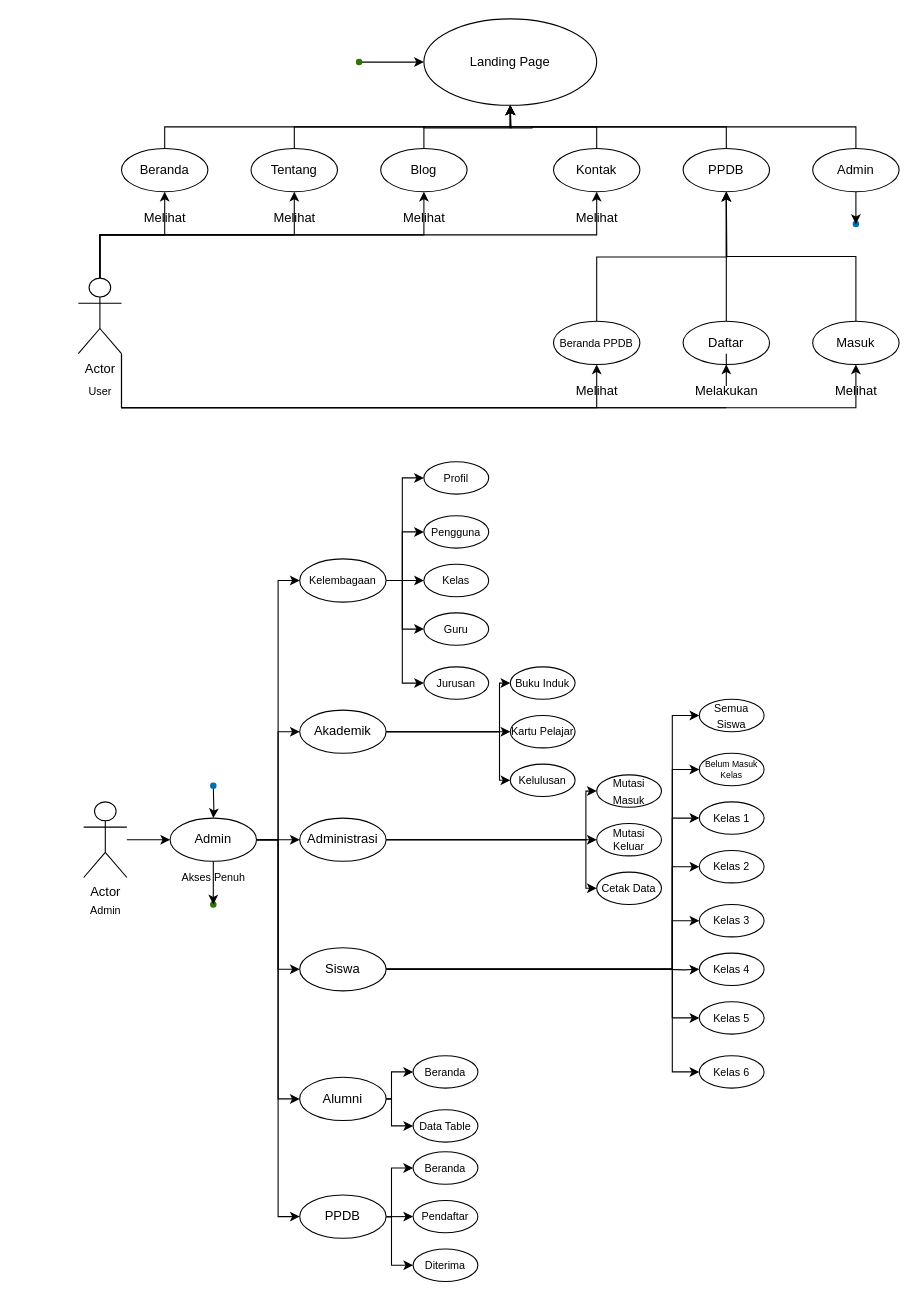
The draw.io diagram MI.drawio in Minamiichi/landingPage, before the edit. Source tidied: cells renumbered, new cells numbered last; positions are measured from the earlier drawing's top-left corner, leaving out a move shared by most shapes. Both pictures are drawn from the tidied source at 108%, with x=0, y=0 at pixel (78, 18).
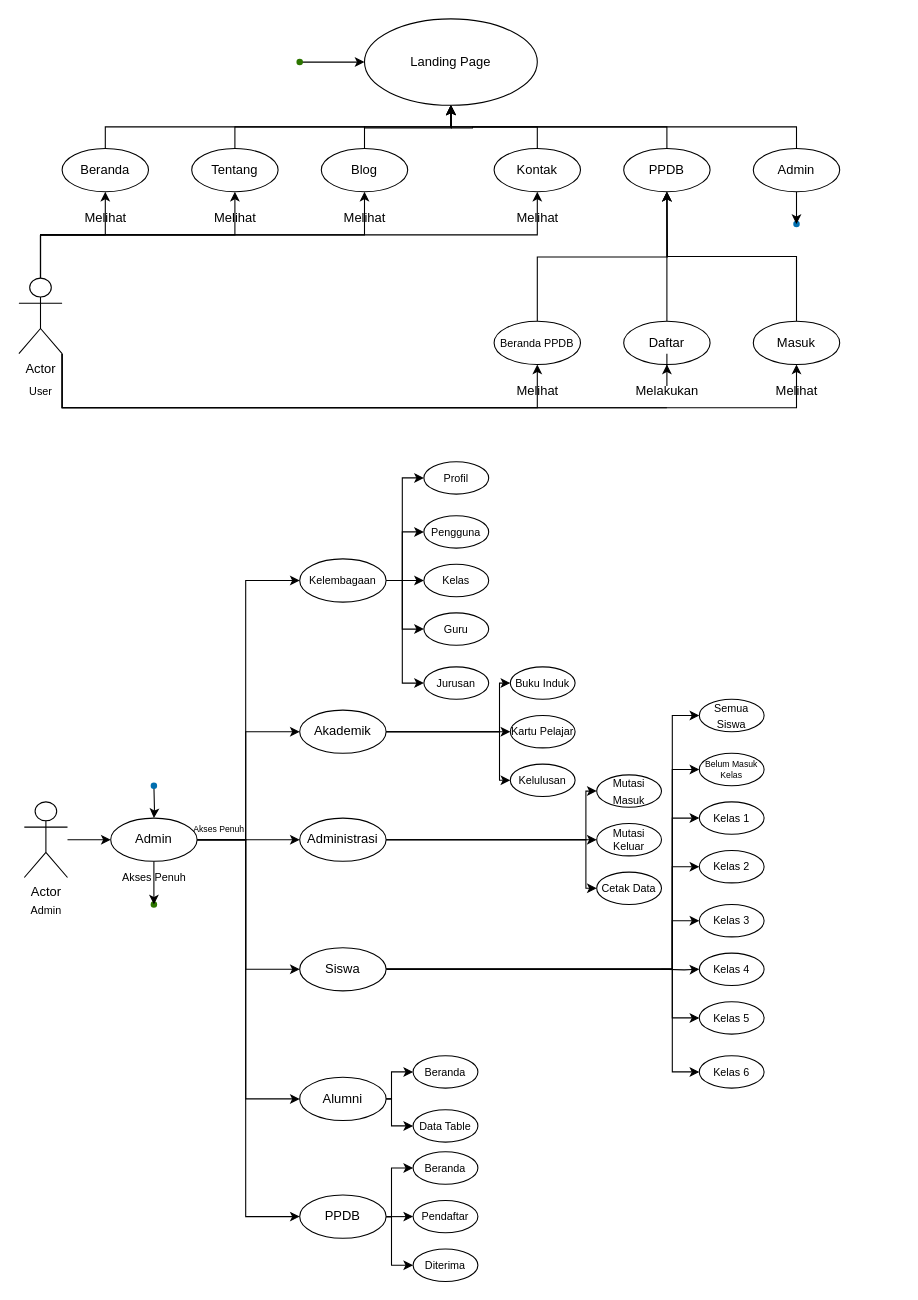
The same diagram, later.

The change refers to these unchanged cells:
```xml
<mxCell id="59" value="&lt;font style=&quot;font-size: 10px;&quot;&gt;Kelembagaan&lt;/font&gt;" style="ellipse;whiteSpace=wrap;html=1;" parent="1" vertex="1">
  <mxGeometry x="205" y="500" width="80" height="40" as="geometry" />
</mxCell>
<mxCell id="63" value="Akademik" style="ellipse;whiteSpace=wrap;html=1;" parent="1" vertex="1">
  <mxGeometry x="205" y="640" width="80" height="40" as="geometry" />
</mxCell>
<mxCell id="75" value="Siswa" style="ellipse;whiteSpace=wrap;html=1;" parent="1" vertex="1">
  <mxGeometry x="205" y="860" width="80" height="40" as="geometry" />
</mxCell>
<mxCell id="78" value="Alumni" style="ellipse;whiteSpace=wrap;html=1;" parent="1" vertex="1">
  <mxGeometry x="205" y="980" width="80" height="40" as="geometry" />
</mxCell>
<mxCell id="82" value="PPDB" style="ellipse;whiteSpace=wrap;html=1;" parent="1" vertex="1">
  <mxGeometry x="205" y="1089" width="80" height="40" as="geometry" />
</mxCell>
```

Change to the diagram source:
```diff
@@
     <mxCell id="2" style="shape=waypoint;sketch=0;fillStyle=solid;size=6;points=[];fillColor=#1ba1e2;perimeter=centerPerimeter;snapToPoint=1;fontSize=10;fontColor=#ffffff;strokeColor=#006EAF;" parent="1" vertex="1">
-      <mxGeometry x="700" y="170" width="40" height="40" as="geometry" />
+      <mxGeometry x="645" y="170" width="40" height="40" as="geometry" />
     </mxCell>
     <mxCell id="3" style="shape=waypoint;sketch=0;fillStyle=solid;size=6;points=[];fillColor=#60a917;perimeter=centerPerimeter;snapToPoint=1;fontSize=10;labelBackgroundColor=#99FF99;strokeColor=#2D7600;fontColor=#ffffff;" parent="1" vertex="1">
-      <mxGeometry x="105" y="800" width="40" height="40" as="geometry" />
+      <mxGeometry x="50" y="800" width="40" height="40" as="geometry" />
     </mxCell>
     <mxCell id="4" value="Landing Page" style="ellipse;whiteSpace=wrap;html=1;" parent="1" vertex="1">
-      <mxGeometry x="320" width="160" height="80" as="geometry" />
+      <mxGeometry x="265" width="160" height="80" as="geometry" />
     </mxCell>
@@
     <mxCell id="6" value="Beranda" style="ellipse;whiteSpace=wrap;html=1;" parent="1" vertex="1">
-      <mxGeometry x="40" y="120" width="80" height="40" as="geometry" />
+      <mxGeometry x="-15" y="120" width="80" height="40" as="geometry" />
     </mxCell>
     <mxCell id="7" style="edgeStyle=orthogonalEdgeStyle;rounded=0;jettySize=auto;html=1;exitX=0.5;exitY=0;exitDx=0;exitDy=0;" parent="1" edge="1" source="8">
       <mxGeometry relative="1" as="geometry">
-        <mxPoint x="400" y="80" as="targetPoint" />
+        <mxPoint x="345" y="80" as="targetPoint" />
       </mxGeometry>
     </mxCell>
     <mxCell id="8" value="Tentang" style="ellipse;whiteSpace=wrap;html=1;" parent="1" vertex="1">
-      <mxGeometry x="160" y="120" width="80" height="40" as="geometry" />
+      <mxGeometry x="105" y="120" width="80" height="40" as="geometry" />
     </mxCell>
@@
     <mxCell id="10" value="Blog" style="ellipse;whiteSpace=wrap;html=1;" parent="1" vertex="1">
-      <mxGeometry x="280" y="120" width="80" height="40" as="geometry" />
+      <mxGeometry x="225" y="120" width="80" height="40" as="geometry" />
     </mxCell>
     <mxCell id="11" style="edgeStyle=orthogonalEdgeStyle;rounded=0;jettySize=auto;html=1;exitX=0.5;exitY=0;exitDx=0;exitDy=0;" parent="1" edge="1" source="12">
       <mxGeometry relative="1" as="geometry">
-        <mxPoint x="400" y="80" as="targetPoint" />
+        <mxPoint x="345" y="80" as="targetPoint" />
       </mxGeometry>
     </mxCell>
     <mxCell id="12" value="Kontak" style="ellipse;whiteSpace=wrap;html=1;" parent="1" vertex="1">
-      <mxGeometry x="440" y="120" width="80" height="40" as="geometry" />
+      <mxGeometry x="385" y="120" width="80" height="40" as="geometry" />
     </mxCell>
@@
     <mxCell id="14" value="PPDB" style="ellipse;whiteSpace=wrap;html=1;" parent="1" vertex="1">
-      <mxGeometry x="560" y="120" width="80" height="40" as="geometry" />
+      <mxGeometry x="505" y="120" width="80" height="40" as="geometry" />
     </mxCell>
@@
     <mxCell id="17" value="Admin" style="ellipse;whiteSpace=wrap;html=1;" parent="1" vertex="1">
-      <mxGeometry x="680" y="120" width="80" height="40" as="geometry" />
+      <mxGeometry x="625" y="120" width="80" height="40" as="geometry" />
     </mxCell>
     <mxCell id="18" style="edgeStyle=orthogonalEdgeStyle;rounded=0;jettySize=auto;html=1;exitX=0.5;exitY=0;exitDx=0;exitDy=0;" parent="1" edge="1" source="19">
       <mxGeometry relative="1" as="geometry">
-        <mxPoint x="600" y="160" as="targetPoint" />
+        <mxPoint x="545" y="160" as="targetPoint" />
       </mxGeometry>
     </mxCell>
     <mxCell id="19" value="Beranda PPDB" style="ellipse;whiteSpace=wrap;html=1;fontSize=10;" parent="1" vertex="1">
-      <mxGeometry x="440" y="280" width="80" height="40" as="geometry" />
+      <mxGeometry x="385" y="280" width="80" height="40" as="geometry" />
     </mxCell>
@@
     <mxCell id="21" value="Daftar" style="ellipse;whiteSpace=wrap;html=1;" parent="1" vertex="1">
-      <mxGeometry x="560" y="280" width="80" height="40" as="geometry" />
+      <mxGeometry x="505" y="280" width="80" height="40" as="geometry" />
     </mxCell>
     <mxCell id="22" style="edgeStyle=orthogonalEdgeStyle;rounded=0;jettySize=auto;html=1;" parent="1" edge="1" source="23">
       <mxGeometry relative="1" as="geometry">
-        <mxPoint x="600" y="160" as="targetPoint" />
+        <mxPoint x="545" y="160" as="targetPoint" />
         <Array as="points">
-          <mxPoint x="720" y="220" />
-          <mxPoint x="600" y="220" />
+          <mxPoint x="665" y="220" />
+          <mxPoint x="545" y="220" />
         </Array>
       </mxGeometry>
     </mxCell>
     <mxCell id="23" value="Masuk" style="ellipse;whiteSpace=wrap;html=1;" parent="1" vertex="1">
-      <mxGeometry x="680" y="280" width="80" height="40" as="geometry" />
+      <mxGeometry x="625" y="280" width="80" height="40" as="geometry" />
     </mxCell>
@@
     <mxCell id="25" style="edgeStyle=orthogonalEdgeStyle;rounded=0;jettySize=auto;html=1;entryX=0.5;entryY=1;entryDx=0;entryDy=0;exitX=1;exitY=1;exitDx=0;exitDy=0;exitPerimeter=0;" parent="1" edge="1" source="26" target="19">
       <mxGeometry relative="1" as="geometry">
         <Array as="points">
-          <mxPoint x="40" y="360" />
-          <mxPoint x="480" y="360" />
+          <mxPoint x="-15" y="360" />
+          <mxPoint x="425" y="360" />
         </Array>
       </mxGeometry>
     </mxCell>
     <mxCell id="26" value="Actor" style="shape=umlActor;verticalLabelPosition=bottom;verticalAlign=top;html=1;outlineConnect=0;" parent="1" vertex="1">
-      <mxGeometry y="240" width="40" height="70" as="geometry" />
+      <mxGeometry x="-55" y="240" width="40" height="70" as="geometry" />
     </mxCell>
@@
     <mxCell id="28" style="edgeStyle=orthogonalEdgeStyle;rounded=0;jettySize=auto;html=1;entryX=0.5;entryY=1;entryDx=0;entryDy=0;" parent="1" edge="1" target="10">
       <mxGeometry relative="1" as="geometry">
-        <mxPoint x="20" y="240" as="sourcePoint" />
+        <mxPoint x="-35" y="240" as="sourcePoint" />
         <Array as="points">
-          <mxPoint x="20" y="200" />
-          <mxPoint x="320" y="200" />
+          <mxPoint x="-35" y="200" />
+          <mxPoint x="265" y="200" />
         </Array>
       </mxGeometry>
     </mxCell>
@@
     <mxCell id="31" style="edgeStyle=orthogonalEdgeStyle;rounded=0;jettySize=auto;html=1;entryX=0.5;entryY=1;entryDx=0;entryDy=0;exitX=1;exitY=1;exitDx=0;exitDy=0;exitPerimeter=0;" parent="1" edge="1" source="26" target="23">
       <mxGeometry relative="1" as="geometry">
         <Array as="points">
-          <mxPoint x="40" y="360" />
-          <mxPoint x="720" y="360" />
+          <mxPoint x="-15" y="360" />
+          <mxPoint x="665" y="360" />
         </Array>
       </mxGeometry>
     </mxCell>
     <mxCell id="32" value="Melihat" style="text;html=1;align=center;verticalAlign=middle;strokeColor=none;fillColor=none;" parent="1" vertex="1">
-      <mxGeometry x="50" y="170" width="60" height="30" as="geometry" />
+      <mxGeometry x="-5" y="170" width="60" height="30" as="geometry" />
     </mxCell>
     <mxCell id="33" value="Melihat" style="text;html=1;align=center;verticalAlign=middle;strokeColor=none;fillColor=none;" parent="1" vertex="1">
-      <mxGeometry x="170" y="170" width="60" height="30" as="geometry" />
+      <mxGeometry x="115" y="170" width="60" height="30" as="geometry" />
     </mxCell>
     <mxCell id="34" value="Melihat" style="text;html=1;align=center;verticalAlign=middle;strokeColor=none;fillColor=none;" parent="1" vertex="1">
-      <mxGeometry x="290" y="170" width="60" height="30" as="geometry" />
+      <mxGeometry x="235" y="170" width="60" height="30" as="geometry" />
     </mxCell>
     <mxCell id="35" value="Melihat" style="text;html=1;align=center;verticalAlign=middle;strokeColor=none;fillColor=none;" parent="1" vertex="1">
-      <mxGeometry x="450" y="170" width="60" height="30" as="geometry" />
+      <mxGeometry x="395" y="170" width="60" height="30" as="geometry" />
     </mxCell>
     <mxCell id="36" value="Melihat" style="text;html=1;align=center;verticalAlign=middle;strokeColor=none;fillColor=none;" parent="1" vertex="1">
-      <mxGeometry x="450" y="330" width="60" height="30" as="geometry" />
+      <mxGeometry x="395" y="330" width="60" height="30" as="geometry" />
     </mxCell>
     <mxCell id="37" value="Melakukan" style="text;html=1;align=center;verticalAlign=middle;points=[];strokeColor=none;fillColor=none;" parent="1" vertex="1">
-      <mxGeometry x="560" y="330" width="80" height="30" as="geometry" />
+      <mxGeometry x="505" y="330" width="80" height="30" as="geometry" />
     </mxCell>
     <mxCell id="38" style="edgeStyle=orthogonalEdgeStyle;rounded=0;jettySize=auto;html=1;entryX=0.5;entryY=1;entryDx=0;entryDy=0;endArrow=none;" parent="1" edge="1" target="37">
       <mxGeometry relative="1" as="geometry">
-        <mxPoint x="40" y="310" as="sourcePoint" />
+        <mxPoint x="-15" y="310" as="sourcePoint" />
         <Array as="points">
-          <mxPoint x="40" y="360" />
-          <mxPoint x="600" y="360" />
+          <mxPoint x="-15" y="360" />
+          <mxPoint x="545" y="360" />
         </Array>
       </mxGeometry>
     </mxCell>
     <mxCell id="39" value="Melihat" style="text;html=1;align=center;verticalAlign=middle;strokeColor=none;fillColor=none;" parent="1" vertex="1">
-      <mxGeometry x="690" y="330" width="60" height="30" as="geometry" />
+      <mxGeometry x="635" y="330" width="60" height="30" as="geometry" />
     </mxCell>
@@
     <mxCell id="41" value="Actor" style="shape=umlActor;verticalLabelPosition=bottom;verticalAlign=top;html=1;outlineConnect=0;" parent="1" vertex="1">
-      <mxGeometry x="5" y="725" width="40" height="70" as="geometry" />
+      <mxGeometry x="-50" y="725" width="40" height="70" as="geometry" />
     </mxCell>
     <mxCell id="42" value="User" style="text;html=1;align=center;verticalAlign=middle;strokeColor=none;fillColor=none;fontSize=10;" parent="1" vertex="1">
-      <mxGeometry y="330" width="40" height="30" as="geometry" />
+      <mxGeometry x="-55" y="330" width="40" height="30" as="geometry" />
     </mxCell>
     <mxCell id="43" value="Admin" style="text;html=1;align=center;verticalAlign=middle;strokeColor=none;fillColor=none;fontSize=10;" parent="1" vertex="1">
-      <mxGeometry y="810" width="50" height="30" as="geometry" />
+      <mxGeometry x="-55" y="810" width="50" height="30" as="geometry" />
     </mxCell>
@@
     <mxCell id="46" style="edgeStyle=orthogonalEdgeStyle;rounded=0;jettySize=auto;html=1;entryX=0;entryY=0.5;entryDx=0;entryDy=0;fontSize=10;fontColor=#33FF33;" parent="1" edge="1" source="51" target="59">
-      <mxGeometry relative="1" as="geometry" />
+      <mxGeometry relative="1" as="geometry">
+        <Array as="points">
+          <mxPoint x="155" y="760" />
+          <mxPoint x="155" y="520" />
+        </Array>
+      </mxGeometry>
     </mxCell>
     <mxCell id="47" style="edgeStyle=orthogonalEdgeStyle;rounded=0;jettySize=auto;html=1;entryX=0;entryY=0.5;entryDx=0;entryDy=0;fontSize=10;fontColor=#33FF33;" parent="1" edge="1" source="51" target="63">
-      <mxGeometry relative="1" as="geometry" />
+      <mxGeometry relative="1" as="geometry">
+        <Array as="points">
+          <mxPoint x="155" y="760" />
+          <mxPoint x="155" y="660" />
+        </Array>
+      </mxGeometry>
     </mxCell>
     <mxCell id="48" style="edgeStyle=orthogonalEdgeStyle;rounded=0;jettySize=auto;html=1;entryX=0;entryY=0.5;entryDx=0;entryDy=0;fontSize=10;fontColor=#33FF33;" parent="1" edge="1" source="51" target="75">
-      <mxGeometry relative="1" as="geometry" />
+      <mxGeometry relative="1" as="geometry">
+        <Array as="points">
+          <mxPoint x="155" y="760" />
+          <mxPoint x="155" y="880" />
+        </Array>
+      </mxGeometry>
     </mxCell>
     <mxCell id="49" style="edgeStyle=orthogonalEdgeStyle;rounded=0;jettySize=auto;html=1;entryX=0;entryY=0.5;entryDx=0;entryDy=0;fontSize=10;fontColor=#33FF33;" parent="1" edge="1" source="51" target="78">
-      <mxGeometry relative="1" as="geometry" />
+      <mxGeometry relative="1" as="geometry">
+        <Array as="points">
+          <mxPoint x="155" y="760" />
+          <mxPoint x="155" y="1000" />
+        </Array>
+      </mxGeometry>
     </mxCell>
     <mxCell id="50" style="edgeStyle=orthogonalEdgeStyle;rounded=0;jettySize=auto;html=1;entryX=0;entryY=0.5;entryDx=0;entryDy=0;fontSize=10;fontColor=#33FF33;" parent="1" edge="1" source="51" target="82">
-      <mxGeometry relative="1" as="geometry" />
+      <mxGeometry relative="1" as="geometry">
+        <Array as="points">
+          <mxPoint x="155" y="760" />
+          <mxPoint x="155" y="1109" />
+        </Array>
+      </mxGeometry>
     </mxCell>
     <mxCell id="51" value="Admin" style="ellipse;whiteSpace=wrap;html=1;" parent="1" vertex="1">
-      <mxGeometry x="85" y="740" width="80" height="40" as="geometry" />
+      <mxGeometry x="30" y="740" width="80" height="40" as="geometry" />
     </mxCell>
     <mxCell id="52" style="edgeStyle=orthogonalEdgeStyle;rounded=0;jettySize=auto;html=1;fontSize=10;" parent="1" edge="1" target="51">
       <mxGeometry relative="1" as="geometry">
-        <mxPoint x="125" y="710" as="sourcePoint" />
+        <mxPoint x="70" y="710" as="sourcePoint" />
       </mxGeometry>
     </mxCell>
     <mxCell id="53" style="shape=waypoint;sketch=0;fillStyle=solid;size=6;fillColor=#1ba1e2;perimeter=centerPerimeter;fontSize=10;fontColor=#ffffff;strokeColor=#006EAF;" parent="1" vertex="1">
-      <mxGeometry x="105" y="690" width="40" height="40" as="geometry" />
+      <mxGeometry x="50" y="690" width="40" height="40" as="geometry" />
     </mxCell>
@@
     <mxCell id="84" style="shape=waypoint;sketch=0;fillStyle=solid;size=6;points=[];fillColor=#60a917;perimeter=centerPerimeter;snapToPoint=1;fontSize=10;fontColor=#ffffff;strokeColor=#2D7600;" parent="1" vertex="1">
-      <mxGeometry x="240" y="20" width="40" height="40" as="geometry" />
+      <mxGeometry x="185" y="20" width="40" height="40" as="geometry" />
     </mxCell>
     <mxCell id="85" value="Akses Penuh" style="text;html=1;align=center;verticalAlign=middle;strokeColor=none;fillColor=none;fontSize=10;" parent="1" vertex="1">
-      <mxGeometry x="85" y="780" width="80" height="30" as="geometry" />
+      <mxGeometry x="30" y="780" width="80" height="30" as="geometry" />
     </mxCell>
@@
+    <mxCell id="111" value="Akses Penuh" style="text;html=1;align=center;verticalAlign=middle;strokeColor=none;fillColor=none;strokeWidth=0;fontSize=8;" parent="1" vertex="1">
+      <mxGeometry x="95" y="740" width="70" height="20" as="geometry" />
+    </mxCell>
```
